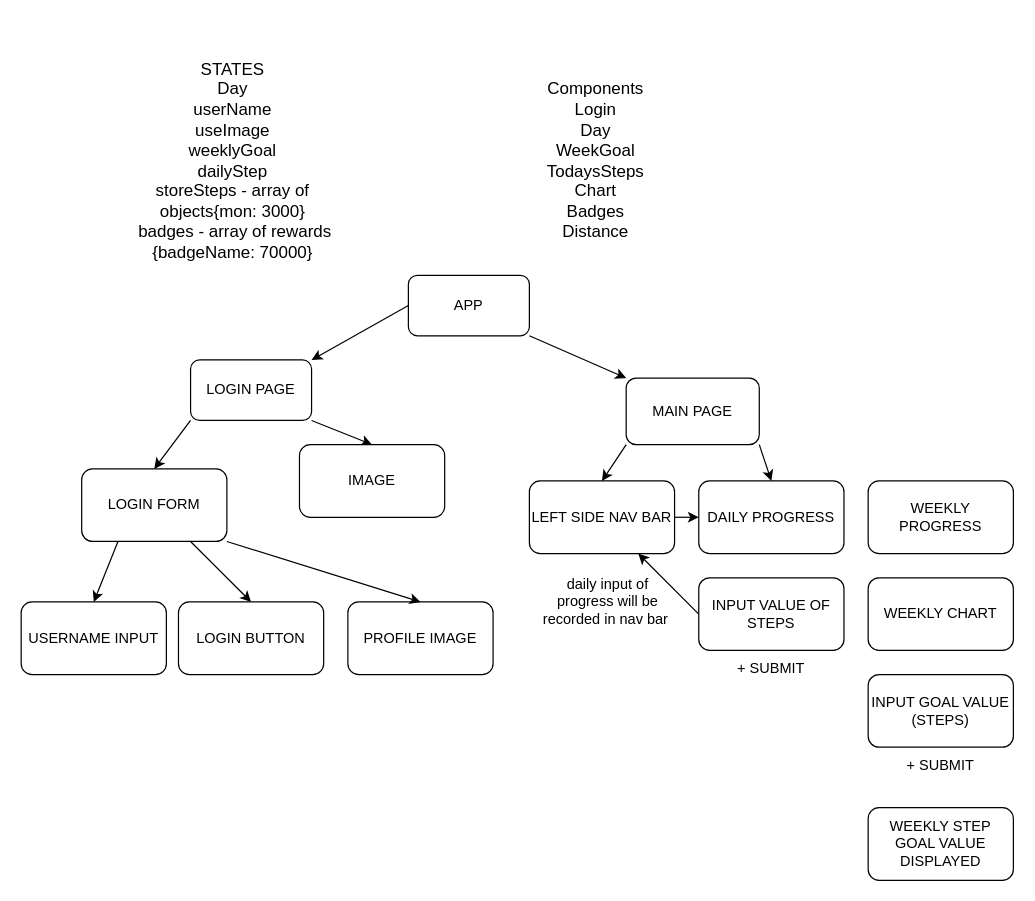
The draw.io diagram hackhealth/images/componentTree.drawio in hroarr28/HackHealth1, before the edit. Source tidied: cells renumbered, new cells numbered last; positions are measured from the earlier drawing's top-left corner, leaving out a move shared by most shapes. Both pictures are drawn from the tidied source at 121%, with x=0, y=0 at pixel (21, 21).
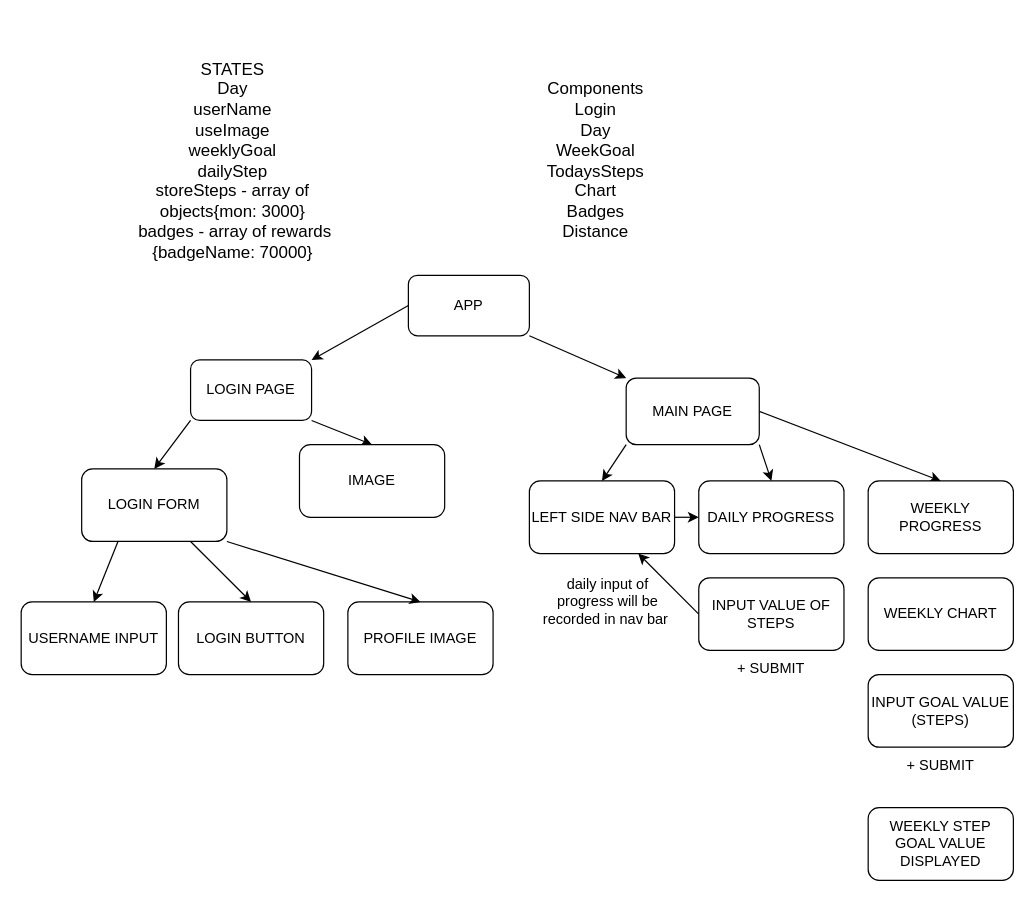
The same diagram, later.

Unchanged cells that the change refers to:
```xml
<mxCell id="15" value="MAIN PAGE" style="rounded=1;whiteSpace=wrap;html=1;" parent="1" vertex="1">
  <mxGeometry x="500" y="295" width="110" height="55" as="geometry" />
</mxCell>
<mxCell id="23" value="WEEKLY PROGRESS" style="rounded=1;whiteSpace=wrap;html=1;" parent="1" vertex="1">
  <mxGeometry x="700" y="380" width="120" height="60" as="geometry" />
</mxCell>
```

Diff of the diagram source:
```diff
@@
+    <mxCell id="33" style="edgeStyle=none;html=1;exitX=1;exitY=0.5;exitDx=0;exitDy=0;entryX=0.5;entryY=0;entryDx=0;entryDy=0;" parent="1" edge="1" source="15" target="23">
+      <mxGeometry relative="1" as="geometry" />
+    </mxCell>
```
